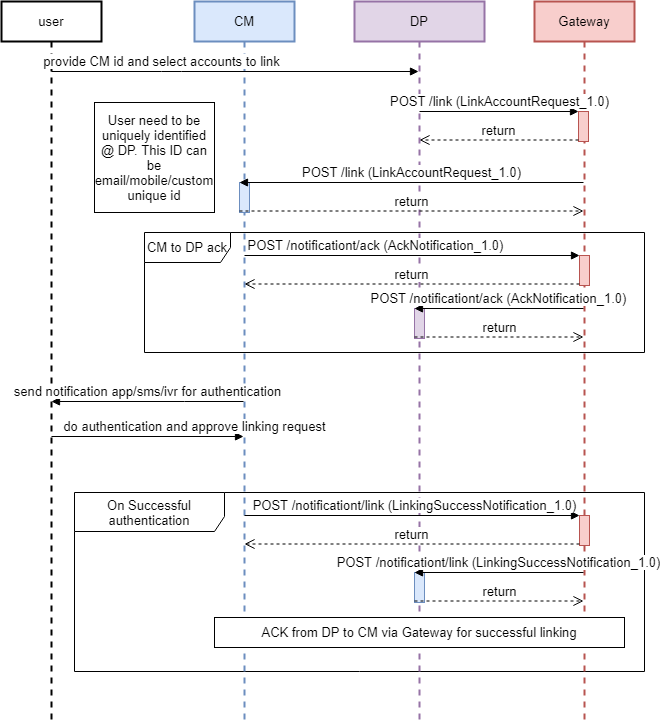
Earlier version of the draw.io export seqDiagram/accountLinking-DPSide.png (iSPIRT/DEPA). Source tidied: cells renumbered, new cells last; positions are measured from the earlier drawing's top-left corner, leaving out a move shared by most shapes.
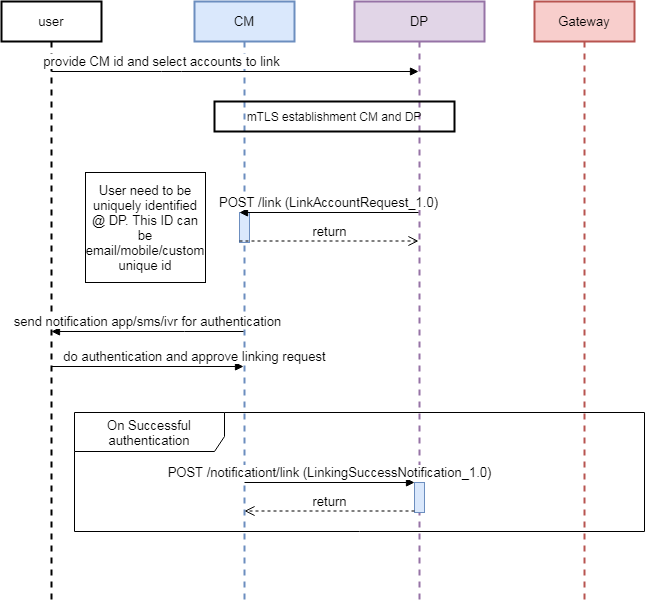
After the change.

What changed in the source:
```diff
@@ -3,16 +3,13 @@
     <mxCell id="0" />
     <mxCell id="1" parent="0" />
     <mxCell id="2" value="On Successful authentication" style="shape=umlFrame;whiteSpace=wrap;html=1;width=150;height=39;fontSize=13;" parent="1" vertex="1">
-      <mxGeometry x="73" y="491" width="570" height="179" as="geometry" />
+      <mxGeometry x="73" y="411" width="570" height="119" as="geometry" />
     </mxCell>
-    <mxCell id="3" value="CM to DP ack" style="shape=umlFrame;whiteSpace=wrap;html=1;width=86;height=30;fontSize=13;" parent="1" vertex="1">
-      <mxGeometry x="143" y="231" width="500" height="120" as="geometry" />
-    </mxCell>
     <mxCell id="4" value="user" style="shape=umlLifeline;perimeter=lifelinePerimeter;whiteSpace=wrap;html=1;outlineConnect=0;strokeWidth=2;fontSize=13;" parent="1" vertex="1">
-      <mxGeometry width="100" height="720" as="geometry" />
+      <mxGeometry width="100" height="600" as="geometry" />
     </mxCell>
     <mxCell id="5" value="CM" style="shape=umlLifeline;perimeter=lifelinePerimeter;whiteSpace=wrap;html=1;outlineConnect=0;fillColor=#dae8fc;strokeColor=#6c8ebf;strokeWidth=2;fontSize=13;" parent="1" vertex="1">
-      <mxGeometry x="193" width="100" height="720" as="geometry" />
+      <mxGeometry x="193" width="100" height="600" as="geometry" />
     </mxCell>
     <mxCell id="6" value="provide CM id and select accounts to link" style="html=1;verticalAlign=bottom;endArrow=block;fontSize=13;" parent="1" edge="1" source="4" target="7">
       <mxGeometry x="-0.4" relative="1" as="geometry">
@@ -22,97 +19,57 @@
       </mxGeometry>
     </mxCell>
     <mxCell id="7" value="DP" style="shape=umlLifeline;perimeter=lifelinePerimeter;whiteSpace=wrap;html=1;outlineConnect=0;fillColor=#e1d5e7;strokeColor=#9673a6;strokeWidth=2;fontSize=13;" parent="1" vertex="1">
-      <mxGeometry x="353" width="130" height="720" as="geometry" />
+      <mxGeometry x="353" width="130" height="600" as="geometry" />
     </mxCell>
     <mxCell id="8" value="Gateway" style="shape=umlLifeline;perimeter=lifelinePerimeter;whiteSpace=wrap;html=1;outlineConnect=0;fillColor=#f8cecc;strokeColor=#b85450;strokeWidth=2;fontSize=13;" parent="1" vertex="1">
-      <mxGeometry x="533" width="100" height="720" as="geometry" />
+      <mxGeometry x="533" width="100" height="600" as="geometry" />
     </mxCell>
-    <mxCell id="9" value="send notification app/sms/ivr for authentication" style="html=1;verticalAlign=bottom;endArrow=block;rounded=0;fontSize=13;" parent="1" edge="1" source="5" target="4">
+    <mxCell id="9" value="send notification app/sms/ivr for authentication" style="html=1;verticalAlign=bottom;endArrow=block;rounded=0;fontSize=13;" parent="1" edge="1">
       <mxGeometry relative="1" as="geometry">
+        <mxPoint x="242" y="330" as="sourcePoint" />
+        <mxPoint x="50" y="330" as="targetPoint" />
         <Array as="points">
-          <mxPoint x="183" y="400" />
+          <mxPoint x="183" y="330" />
         </Array>
       </mxGeometry>
     </mxCell>
     <mxCell id="10" value="do authentication and approve linking request" style="html=1;verticalAlign=bottom;endArrow=block;rounded=0;fontSize=13;" parent="1" edge="1">
       <mxGeometry x="0.49" relative="1" as="geometry">
-        <mxPoint x="50" y="435" as="sourcePoint" />
-        <mxPoint x="242" y="435" as="targetPoint" />
+        <mxPoint x="50" y="365" as="sourcePoint" />
+        <mxPoint x="242" y="365" as="targetPoint" />
       </mxGeometry>
     </mxCell>
     <mxCell id="11" value="User need to be uniquely identified @ DP. This ID can be email/mobile/custom unique id" style="text;html=1;fillColor=none;align=center;verticalAlign=middle;whiteSpace=wrap;rounded=0;fontSize=13;strokeColor=#000000;" parent="1" vertex="1">
-      <mxGeometry x="93" y="101" width="120" height="110" as="geometry" />
+      <mxGeometry x="84" y="171" width="120" height="110" as="geometry" />
     </mxCell>
-    <mxCell id="12" style="edgeStyle=none;rounded=0;orthogonalLoop=1;jettySize=auto;html=1;exitX=0.5;exitY=1;exitDx=0;exitDy=0;fontSize=13;" parent="1" edge="1">
-      <mxGeometry relative="1" as="geometry">
-        <mxPoint x="503" y="540" as="sourcePoint" />
-        <mxPoint x="503" y="540" as="targetPoint" />
-      </mxGeometry>
-    </mxCell>
     <mxCell id="13" style="html=1;points=[];perimeter=orthogonalPerimeter;fillColor=#dae8fc;strokeColor=#6c8ebf;fontSize=13;" parent="1" vertex="1">
-      <mxGeometry x="238" y="181" width="10" height="30" as="geometry" />
+      <mxGeometry x="238" y="211" width="10" height="30" as="geometry" />
     </mxCell>
-    <mxCell id="14" style="html=1;points=[];perimeter=orthogonalPerimeter;fillColor=#f8cecc;strokeColor=#b85450;fontSize=13;" parent="1" vertex="1">
-      <mxGeometry x="577" y="110" width="10" height="30" as="geometry" />
-    </mxCell>
-    <mxCell id="15" style="html=1;points=[];perimeter=orthogonalPerimeter;fillColor=#f8cecc;strokeColor=#b85450;fontSize=13;" parent="1" vertex="1">
-      <mxGeometry x="578" y="254" width="10" height="30" as="geometry" />
-    </mxCell>
-    <mxCell id="16" style="html=1;points=[];perimeter=orthogonalPerimeter;fillColor=#e1d5e7;strokeColor=#9673a6;fontSize=13;" parent="1" vertex="1">
-      <mxGeometry x="413" y="307" width="10" height="30" as="geometry" />
-    </mxCell>
-    <mxCell id="17" value="POST /link (LinkAccountRequest_1.0)" style="html=1;verticalAlign=bottom;endArrow=block;entryX=0;entryY=0;fontSize=13;" parent="1" edge="1" source="7" target="14">
-      <mxGeometry relative="1" as="geometry" />
-    </mxCell>
-    <mxCell id="18" value="return" style="html=1;verticalAlign=bottom;endArrow=open;dashed=1;endSize=8;exitX=0;exitY=0.95;fontSize=13;" parent="1" edge="1" source="14" target="7">
-      <mxGeometry relative="1" as="geometry" />
-    </mxCell>
-    <mxCell id="19" value="POST /link (LinkAccountRequest_1.0)&lt;span style=&quot;font-size: 13px&quot;&gt;&lt;br style=&quot;font-size: 13px&quot;&gt;&lt;/span&gt;" style="html=1;verticalAlign=bottom;endArrow=block;entryX=0;entryY=0;fontSize=13;" parent="1" edge="1" source="8" target="13">
-      <mxGeometry relative="1" as="geometry" />
+    <mxCell id="19" value="POST /link (LinkAccountRequest_1.0)&lt;span style=&quot;font-size: 13px&quot;&gt;&lt;br style=&quot;font-size: 13px&quot;&gt;&lt;/span&gt;" style="html=1;verticalAlign=bottom;endArrow=block;entryX=0;entryY=0;fontSize=13;" parent="1" edge="1" target="13">
+      <mxGeometry relative="1" as="geometry">
+        <mxPoint x="417" y="211" as="sourcePoint" />
+      </mxGeometry>
     </mxCell>
-    <mxCell id="20" value="return" style="html=1;verticalAlign=bottom;endArrow=open;dashed=1;endSize=8;exitX=0;exitY=0.95;fontSize=13;" parent="1" edge="1" source="13" target="8">
-      <mxGeometry relative="1" as="geometry" />
+    <mxCell id="20" value="return" style="html=1;verticalAlign=bottom;endArrow=open;dashed=1;endSize=8;exitX=0;exitY=0.95;fontSize=13;" parent="1" edge="1" source="13">
+      <mxGeometry relative="1" as="geometry">
+        <mxPoint x="417" y="239.5" as="targetPoint" />
+      </mxGeometry>
     </mxCell>
-    <mxCell id="21" value="&lt;span style=&quot;font-size: 13px;&quot;&gt;POST /notificationt/ack (AckNotification_1.0)&lt;/span&gt;" style="html=1;verticalAlign=bottom;endArrow=block;entryX=0;entryY=0;fontSize=13;" parent="1" edge="1" target="16">
-      <mxGeometry relative="1" as="geometry">
-        <mxPoint x="582" y="307" as="sourcePoint" />
-      </mxGeometry>
-    </mxCell>
-    <mxCell id="22" value="return" style="html=1;verticalAlign=bottom;endArrow=open;dashed=1;endSize=8;exitX=0;exitY=0.95;fontSize=13;" parent="1" edge="1" source="16">
-      <mxGeometry relative="1" as="geometry">
-        <mxPoint x="582" y="335.5" as="targetPoint" />
-      </mxGeometry>
-    </mxCell>
-    <mxCell id="23" value="&lt;span style=&quot;font-size: 13px;&quot;&gt;POST /notificationt/ack (AckNotification_1.0)&lt;/span&gt;" style="html=1;verticalAlign=bottom;endArrow=block;entryX=0;entryY=0;fontSize=13;" parent="1" edge="1" source="5" target="15">
-      <mxGeometry x="-0.22" relative="1" as="geometry" />
-    </mxCell>
-    <mxCell id="24" value="return" style="html=1;verticalAlign=bottom;endArrow=open;dashed=1;endSize=8;exitX=0;exitY=0.95;fontSize=13;" parent="1" edge="1" source="15" target="5">
-      <mxGeometry relative="1" as="geometry" />
-    </mxCell>
-    <mxCell id="25" style="html=1;points=[];perimeter=orthogonalPerimeter;fillColor=#f8cecc;strokeColor=#b85450;fontSize=13;" parent="1" vertex="1">
-      <mxGeometry x="578" y="514" width="10" height="30" as="geometry" />
-    </mxCell>
     <mxCell id="26" style="html=1;points=[];perimeter=orthogonalPerimeter;fillColor=#dae8fc;strokeColor=#6c8ebf;fontSize=13;" parent="1" vertex="1">
-      <mxGeometry x="413" y="571" width="10" height="30" as="geometry" />
+      <mxGeometry x="413" y="481" width="10" height="30" as="geometry" />
     </mxCell>
     <mxCell id="27" value="&lt;span style=&quot;font-size: 13px&quot;&gt;POST /notificationt/link (LinkingSuccessNotification_1.0)&lt;/span&gt;" style="html=1;verticalAlign=bottom;endArrow=block;entryX=0;entryY=0;fontSize=13;" parent="1" edge="1" target="26">
       <mxGeometry relative="1" as="geometry">
-        <mxPoint x="582" y="571" as="sourcePoint" />
+        <mxPoint x="243" y="481" as="sourcePoint" />
       </mxGeometry>
     </mxCell>
     <mxCell id="28" value="return" style="html=1;verticalAlign=bottom;endArrow=open;dashed=1;endSize=8;exitX=0;exitY=0.95;fontSize=13;" parent="1" edge="1" source="26">
       <mxGeometry relative="1" as="geometry">
-        <mxPoint x="582" y="599.5" as="targetPoint" />
+        <mxPoint x="243" y="509.5" as="targetPoint" />
       </mxGeometry>
     </mxCell>
-    <mxCell id="29" value="&lt;span style=&quot;font-size: 13px&quot;&gt;POST /notificationt/link (LinkingSuccessNotification_1.0)&lt;/span&gt;" style="html=1;verticalAlign=bottom;endArrow=block;entryX=0;entryY=0;fontSize=13;" parent="1" edge="1" source="5" target="25">
-      <mxGeometry x="0.01" relative="1" as="geometry" />
-    </mxCell>
-    <mxCell id="30" value="return" style="html=1;verticalAlign=bottom;endArrow=open;dashed=1;endSize=8;exitX=0;exitY=0.95;fontSize=13;" parent="1" edge="1" source="25" target="5">
-      <mxGeometry relative="1" as="geometry" />
-    </mxCell>
-    <mxCell id="31" value="ACK from DP to CM via Gateway for successful linking" style="rounded=0;whiteSpace=wrap;html=1;fontSize=13;strokeColor=#000000;" parent="1" vertex="1">
-      <mxGeometry x="213" y="616" width="410" height="30" as="geometry" />
-    </mxCell>
+    <mxCell id="32" value="mTLS establishment CM and DP" style="text;html=1;fillColor=none;align=center;verticalAlign=middle;whiteSpace=wrap;rounded=0;fontSize=12;strokeWidth=2;strokeColor=#000000;" parent="1" vertex="1">
+      <mxGeometry x="213" y="100" width="240" height="30" as="geometry" />
+    </mxCell>
   </root>
 </mxGraphModel>
```
